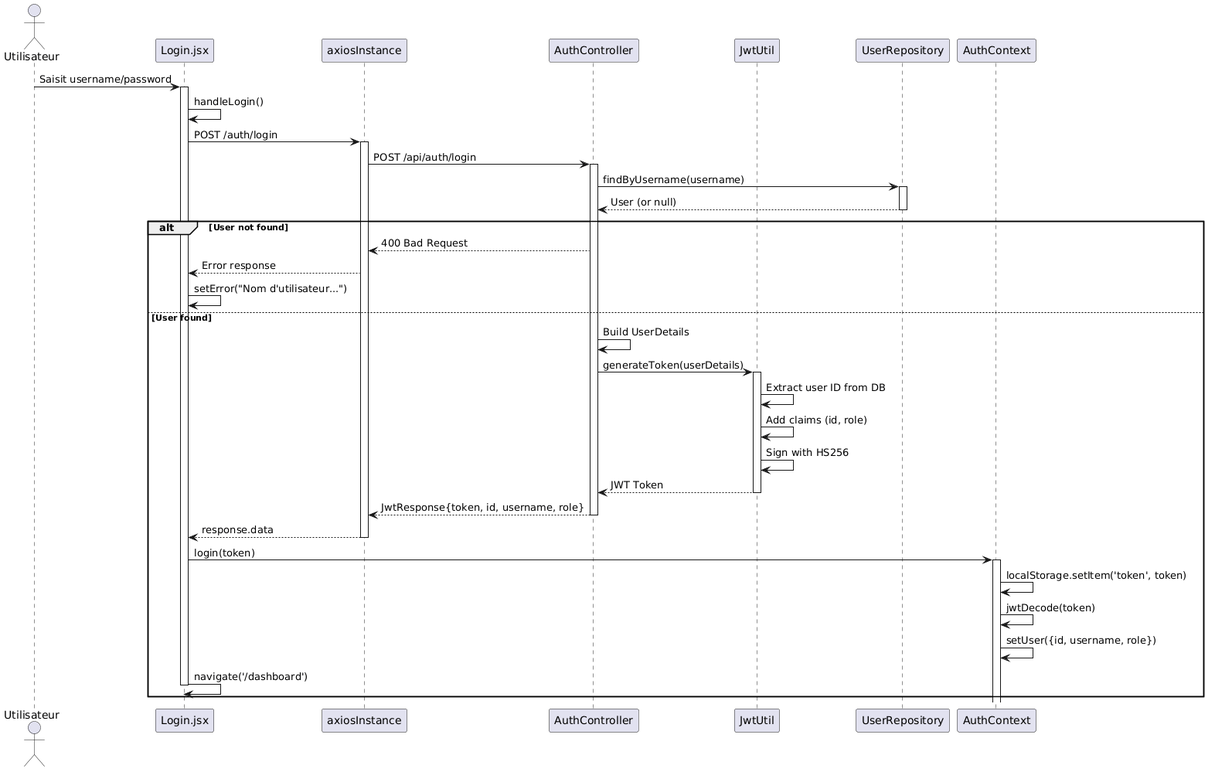
Earlier version of the PlantUML export sequence diag login.png (elmahd1/ccis-project).
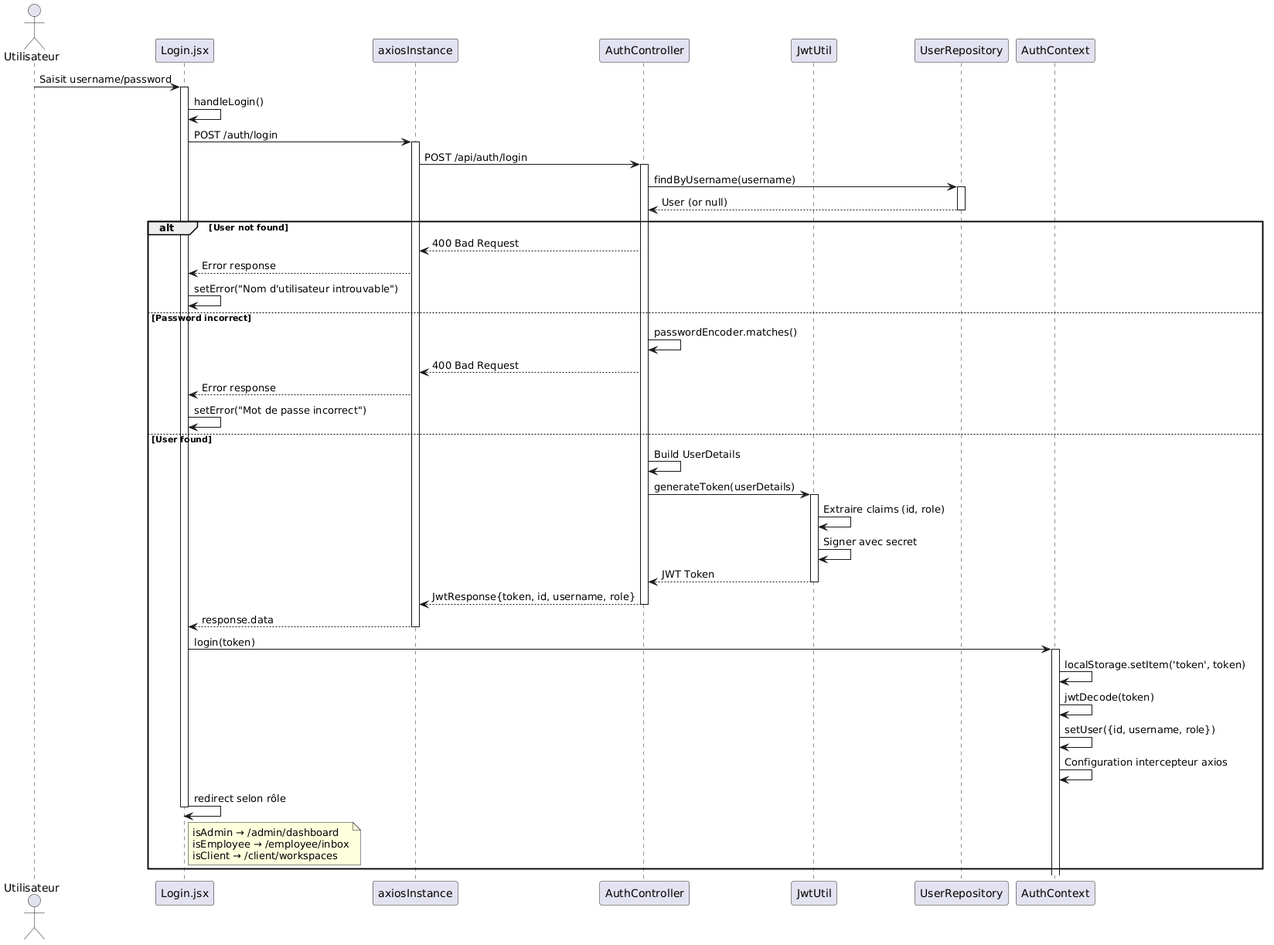
Above is the later version.

The edit, as a diff of the source:
```diff
@@ -25,14 +25,20 @@
 alt User not found
     AuthCtrl --> Axios: 400 Bad Request
     Axios --> Login: Error response
-    Login -> Login: setError("Nom d'utilisateur...")
+    Login -> Login: setError("Nom d'utilisateur introuvable")
+
+else Password incorrect
+    AuthCtrl -> AuthCtrl: passwordEncoder.matches()
+    AuthCtrl --> Axios: 400 Bad Request
+    Axios --> Login: Error response
+    Login -> Login: setError("Mot de passe incorrect")
+
 else User found
     AuthCtrl -> AuthCtrl: Build UserDetails
     AuthCtrl -> Jwt: generateToken(userDetails)
     activate Jwt
-    Jwt -> Jwt: Extract user ID from DB
-    Jwt -> Jwt: Add claims (id, role)
-    Jwt -> Jwt: Sign with HS256
+    Jwt -> Jwt: Extraire claims (id, role)
+    Jwt -> Jwt: Signer avec secret
     Jwt --> AuthCtrl: JWT Token
     deactivate Jwt
 
@@ -48,8 +54,15 @@
     AuthCtx -> AuthCtx: localStorage.setItem('token', token)
     AuthCtx -> AuthCtx: jwtDecode(token)
     AuthCtx -> AuthCtx: setUser({id, username, role})
+    AuthCtx -> AuthCtx: Configuration intercepteur axios
 
-    Login -> Login: navigate('/dashboard')
+    Login -> Login: redirect selon rôle
+    note right of Login
+      isAdmin → /admin/dashboard
+      isEmployee → /employee/inbox
+      isClient → /client/workspaces
+    end note
+
     deactivate Login
 end
 @enduml
```
